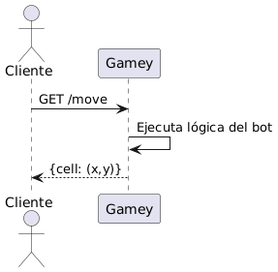
The PlantUML diagram docs/images/sequence_gamey.png in Arquisoft/yovi_es3a, before a commit. Source of this version:
```plantuml
@startuml
actor Cliente
participant Gamey

Cliente -> Gamey : GET /move
Gamey -> Gamey : Ejecuta lógica del bot
Gamey --> Cliente : {cell: (x,y)}
@enduml
```
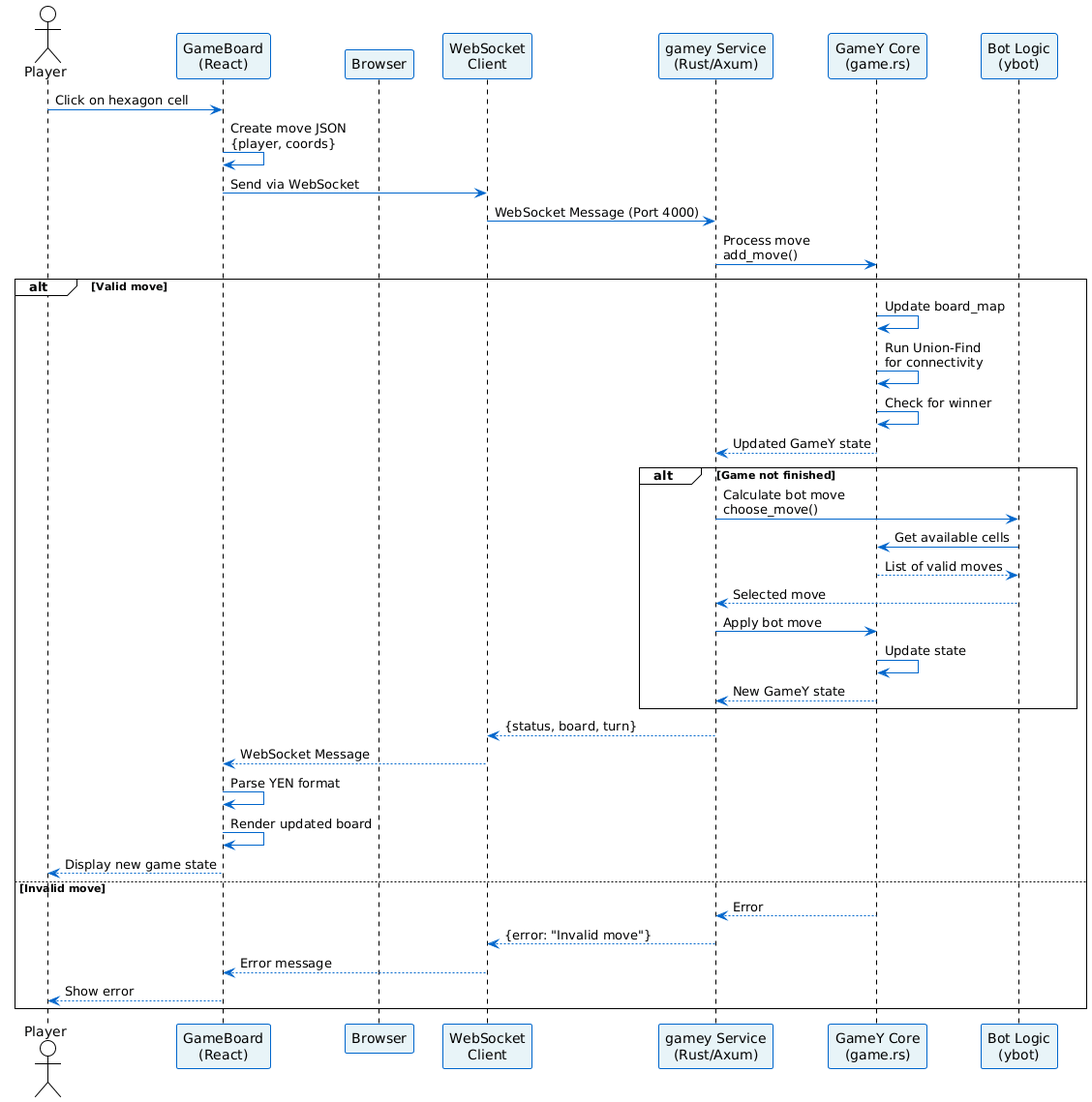
Above is the later version.

The edit, as a diff of the source:
```diff
@@ -1,8 +1,51 @@
 @startuml
-actor Cliente
-participant Gamey
 
-Cliente -> Gamey : GET /move
-Gamey -> Gamey : Ejecuta lógica del bot
-Gamey --> Cliente : {cell: (x,y)}
+!theme plain
+skinparam backgroundColor #FEFEFE
+skinparam sequenceArrowColor #0066CC
+skinparam participantBackgroundColor #E8F4F8
+skinparam participantBorderColor #0066CC
+
+actor Player
+participant "GameBoard\n(React)" as GB
+participant "Browser" as Browser
+participant "WebSocket\nClient" as WSC
+participant "gamey Service\n(Rust/Axum)" as GS
+participant "GameY Core\n(game.rs)" as GC
+participant "Bot Logic\n(ybot)" as BOT
+
+Player -> GB: Click on hexagon cell
+GB -> GB: Create move JSON\n{player, coords}
+GB -> WSC: Send via WebSocket
+WSC -> GS: WebSocket Message (Port 4000)
+GS -> GC: Process move\nadd_move()
+
+alt Valid move
+    GC -> GC: Update board_map
+    GC -> GC: Run Union-Find\nfor connectivity
+    GC -> GC: Check for winner
+    GC --> GS: Updated GameY state
+
+    alt Game not finished
+        GS -> BOT: Calculate bot move\nchoose_move()
+        BOT -> GC: Get available cells
+        GC --> BOT: List of valid moves
+        BOT --> GS: Selected move
+        GS -> GC: Apply bot move
+        GC -> GC: Update state
+        GC --> GS: New GameY state
+    end
+
+    GS --> WSC: {status, board, turn}
+    WSC --> GB: WebSocket Message
+    GB -> GB: Parse YEN format
+    GB -> GB: Render updated board
+    GB --> Player: Display new game state
+
+else Invalid move
+    GC --> GS: Error
+    GS --> WSC: {error: "Invalid move"}
+    WSC --> GB: Error message
+    GB --> Player: Show error
+end
 @enduml
```
